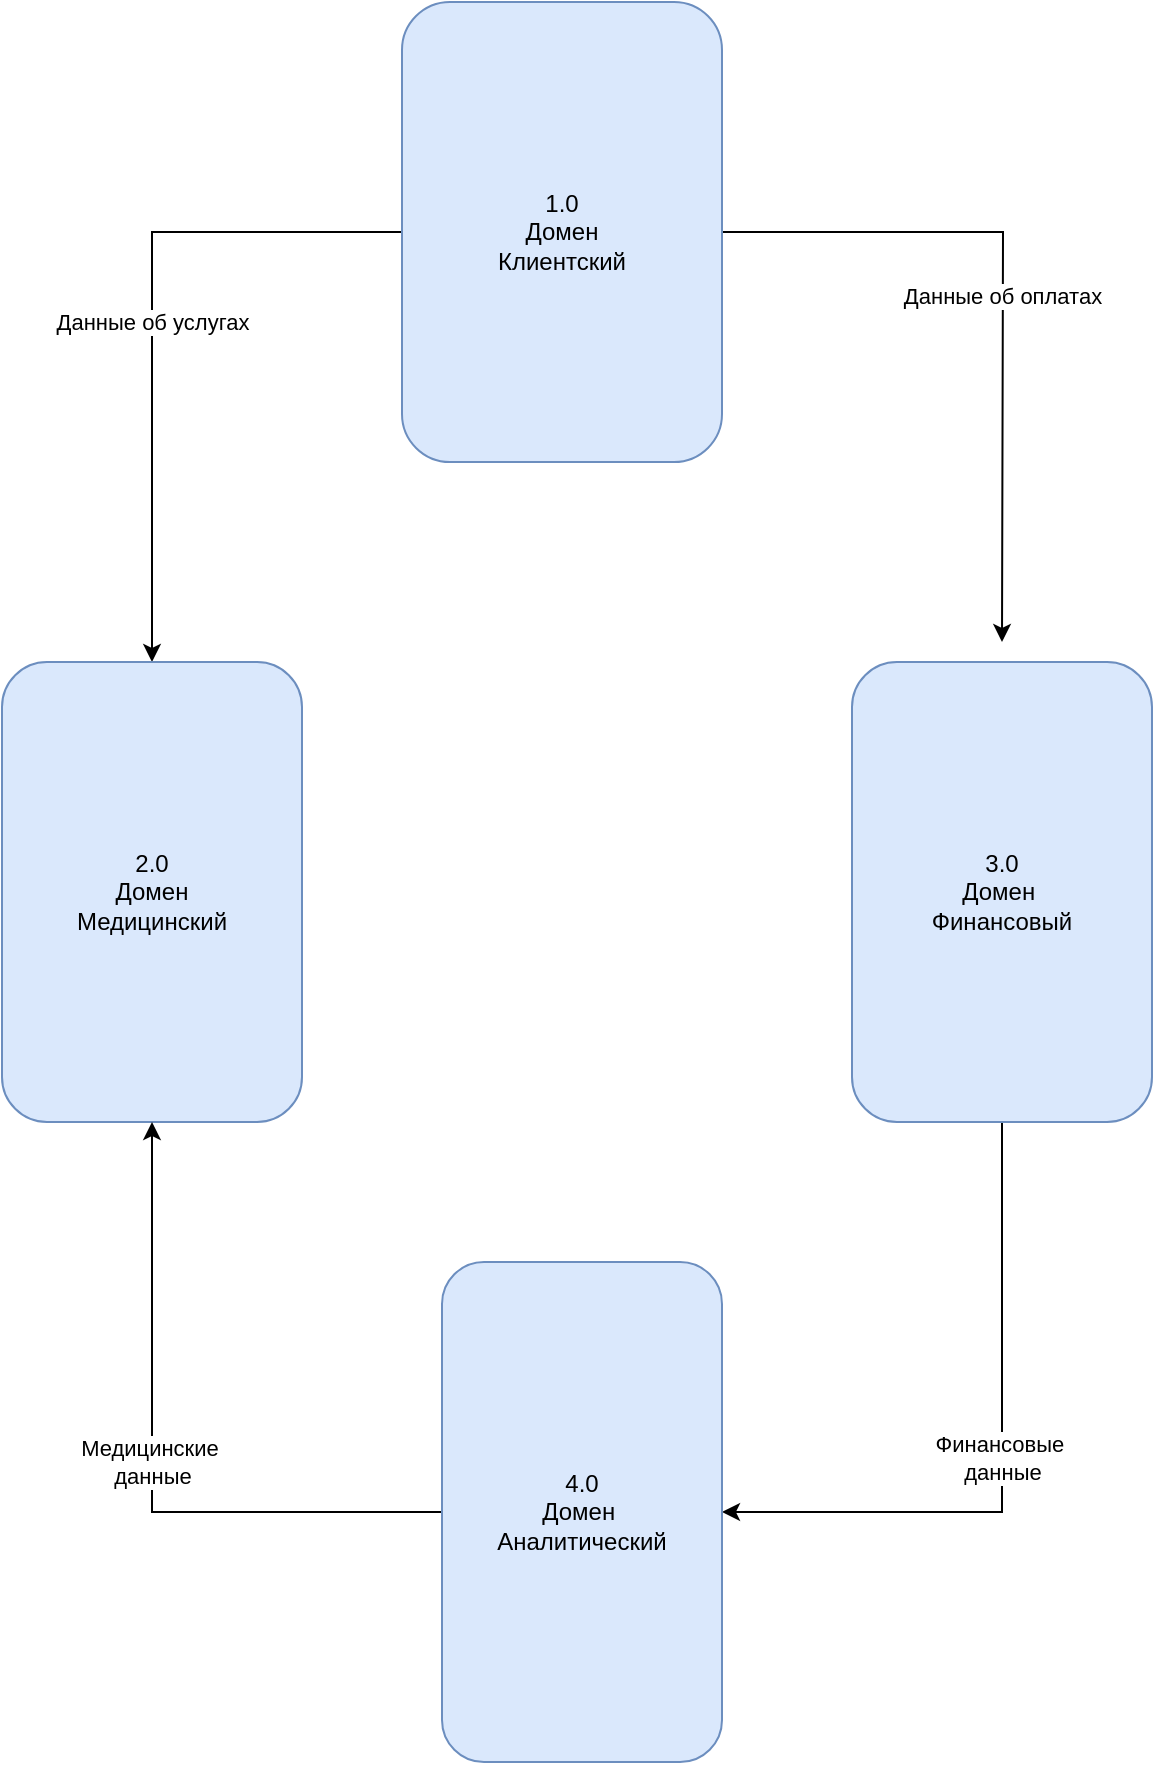
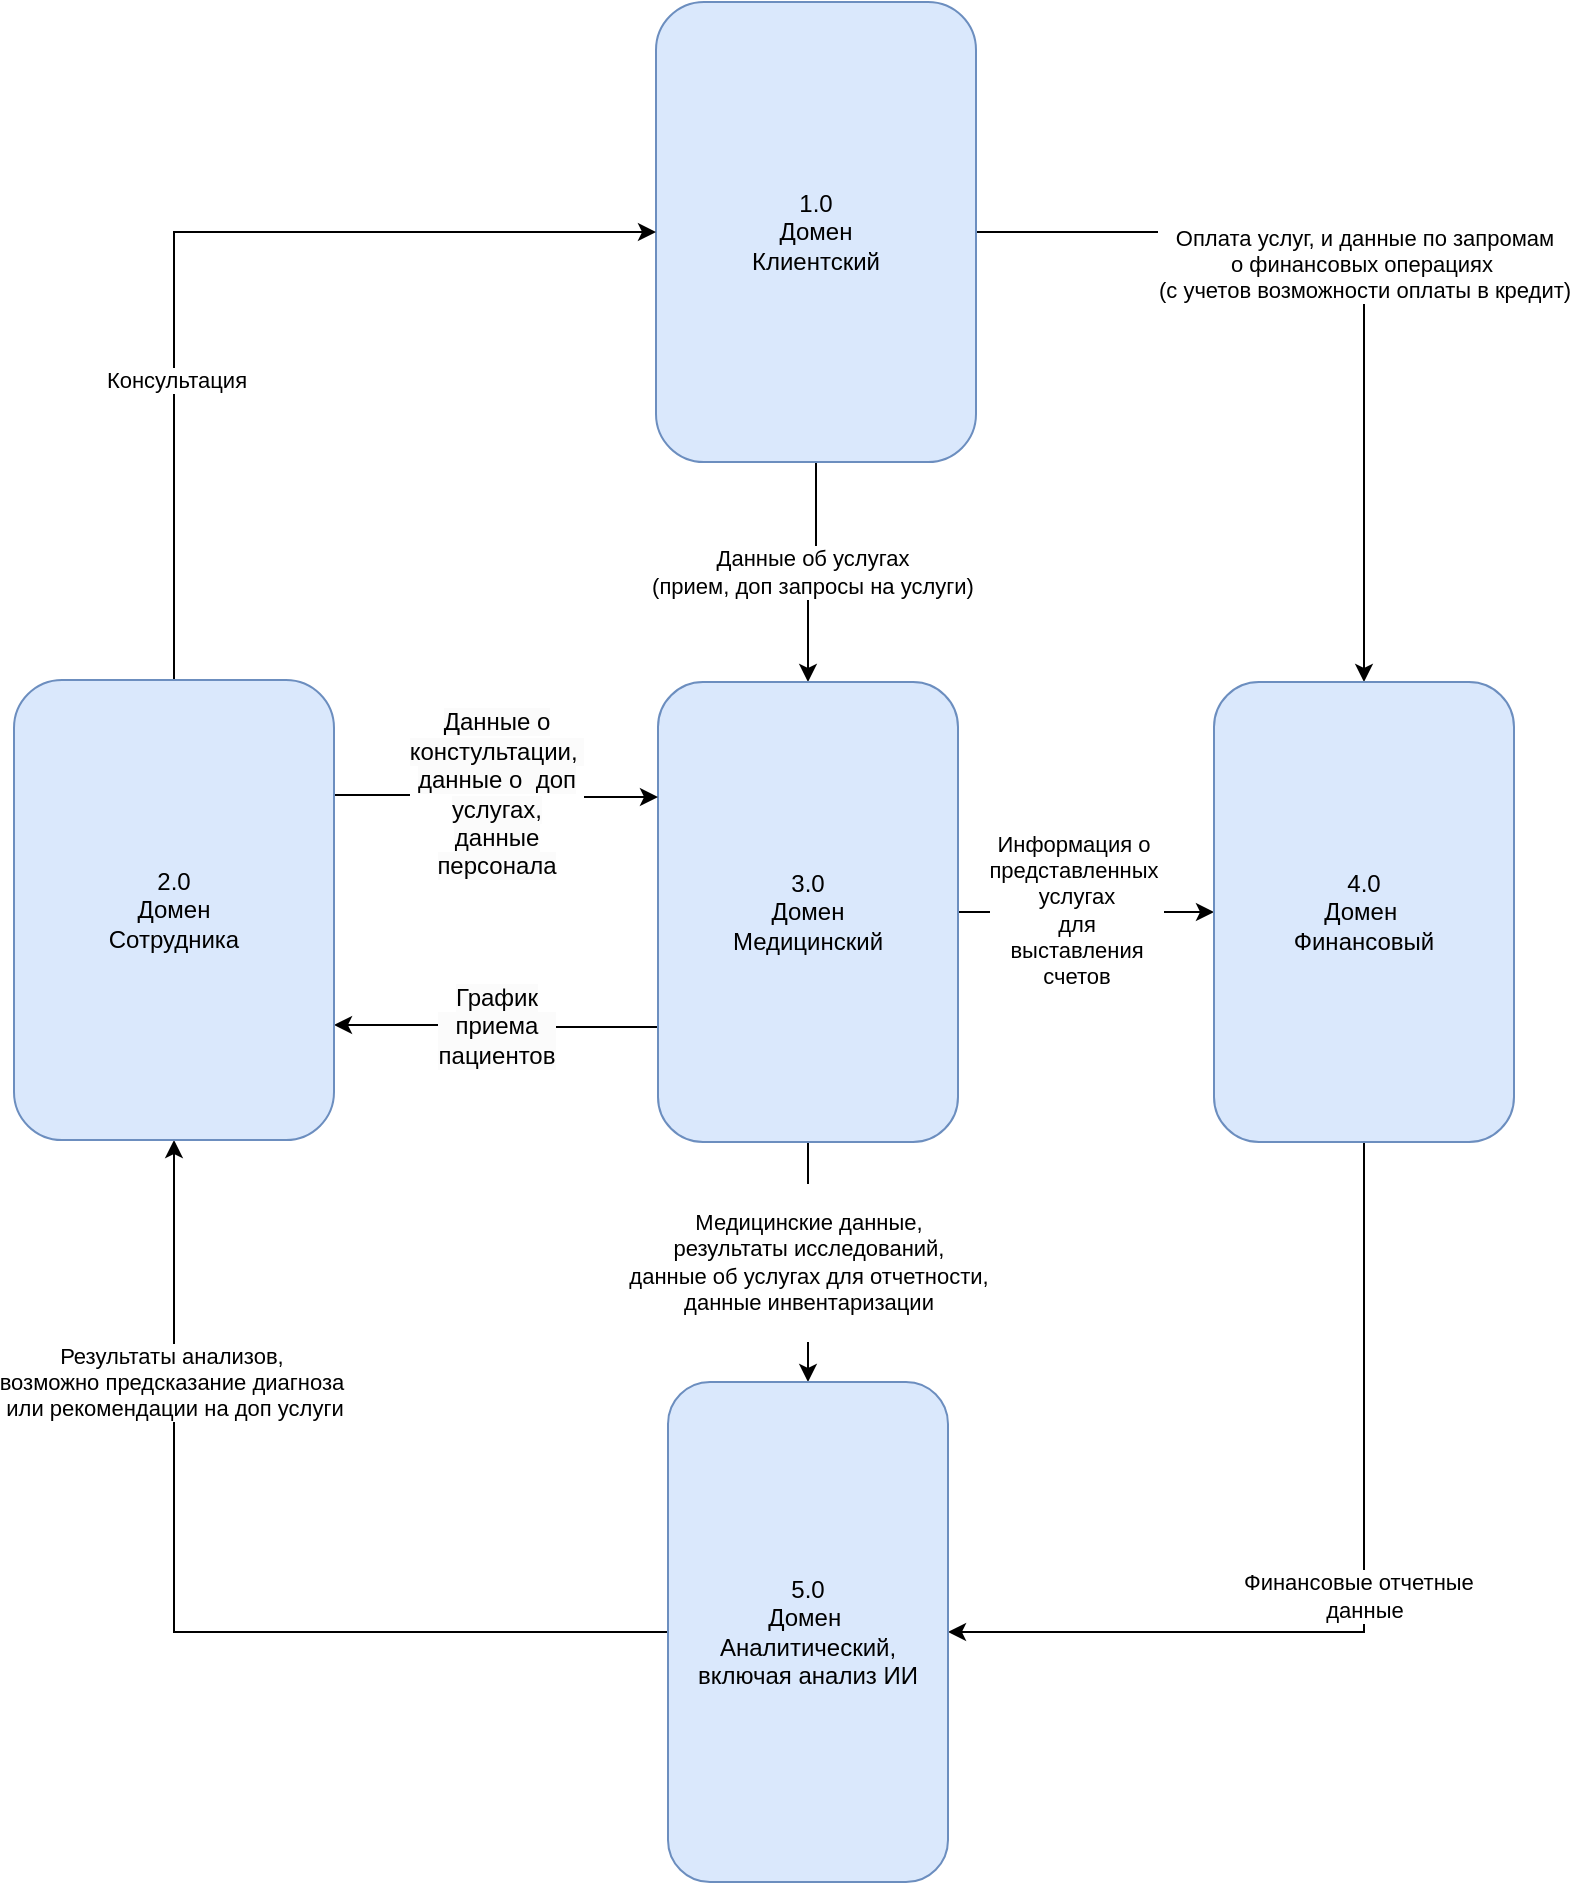
<mxfile host="Electron" agent="Mozilla/5.0 (Windows NT 10.0; Win64; x64) AppleWebKit/537.36 (KHTML, like Gecko) draw.io/26.0.4 Chrome/128.0.6613.186 Electron/32.2.5 Safari/537.36" version="26.0.4">
  <diagram name="Страница — 1" id="ukf-fBosLhvK2hgnUFjF">
-     <mxGraphModel dx="1126" dy="1879" grid="1" gridSize="10" guides="1" tooltips="1" connect="1" arrows="1" fold="1" page="1" pageScale="1" pageWidth="827" pageHeight="1169" math="0" shadow="0">
+     <mxGraphModel dx="1609" dy="2183" grid="1" gridSize="10" guides="1" tooltips="1" connect="1" arrows="1" fold="1" page="1" pageScale="1" pageWidth="827" pageHeight="1169" math="0" shadow="0">
      <root>
        <mxCell id="0" />
        <mxCell id="1" parent="0" />
-         <mxCell id="sfBYvHpIxejYuUXZEIqR-1" value="Данные об услугах" style="edgeStyle=orthogonalEdgeStyle;rounded=0;orthogonalLoop=1;jettySize=auto;html=1;" parent="1" source="TOkiLAXwRrcX-ecH6ybk-2" target="TOkiLAXwRrcX-ecH6ybk-5" edge="1">
+         <mxCell id="sfBYvHpIxejYuUXZEIqR-1" value="Данные об услугах&lt;div&gt;(прием, доп запросы на услуги)&lt;/div&gt;" style="edgeStyle=orthogonalEdgeStyle;rounded=0;orthogonalLoop=1;jettySize=auto;html=1;" parent="1" source="TOkiLAXwRrcX-ecH6ybk-2" target="TOkiLAXwRrcX-ecH6ybk-5" edge="1">
          <mxGeometry relative="1" as="geometry" />
        </mxCell>
-         <mxCell id="sfBYvHpIxejYuUXZEIqR-2" value="Данные об оплатах" style="edgeStyle=orthogonalEdgeStyle;rounded=0;orthogonalLoop=1;jettySize=auto;html=1;exitX=1;exitY=0.5;exitDx=0;exitDy=0;" parent="1" source="TOkiLAXwRrcX-ecH6ybk-2" edge="1">
+         <mxCell id="sfBYvHpIxejYuUXZEIqR-2" value="Оплата услуг, и д&lt;span style=&quot;background-color: light-dark(#ffffff, var(--ge-dark-color, #121212)); color: light-dark(rgb(0, 0, 0), rgb(255, 255, 255));&quot;&gt;анные по запромам&lt;/span&gt;&lt;div&gt;&lt;span style=&quot;background-color: light-dark(#ffffff, var(--ge-dark-color, #121212)); color: light-dark(rgb(0, 0, 0), rgb(255, 255, 255));&quot;&gt;о финансовых&amp;nbsp;&lt;/span&gt;&lt;span style=&quot;color: light-dark(rgb(0, 0, 0), rgb(255, 255, 255)); background-color: light-dark(#ffffff, var(--ge-dark-color, #121212));&quot;&gt;операциях&amp;nbsp;&lt;/span&gt;&lt;/div&gt;&lt;div&gt;&lt;span style=&quot;color: light-dark(rgb(0, 0, 0), rgb(255, 255, 255)); background-color: light-dark(#ffffff, var(--ge-dark-color, #121212));&quot;&gt;(с учетов возможности оплаты в кредит)&lt;/span&gt;&lt;/div&gt;" style="edgeStyle=orthogonalEdgeStyle;rounded=0;orthogonalLoop=1;jettySize=auto;html=1;exitX=1;exitY=0.5;exitDx=0;exitDy=0;entryX=0.5;entryY=0;entryDx=0;entryDy=0;" parent="1" source="TOkiLAXwRrcX-ecH6ybk-2" edge="1" target="TOkiLAXwRrcX-ecH6ybk-7">
          <mxGeometry relative="1" as="geometry">
            <mxPoint x="600" y="-690" as="targetPoint" />
          </mxGeometry>
        </mxCell>
        <mxCell id="TOkiLAXwRrcX-ecH6ybk-2" value="&lt;div&gt;1.0&lt;/div&gt;Домен&lt;div&gt;Клиентский&lt;/div&gt;" style="rounded=1;whiteSpace=wrap;html=1;fillColor=#dae8fc;strokeColor=#6c8ebf;" parent="1" vertex="1">
-           <mxGeometry x="300" y="-1010" width="160" height="230" as="geometry" />
+           <mxGeometry x="361" y="-1020" width="160" height="230" as="geometry" />
        </mxCell>
-         <mxCell id="TOkiLAXwRrcX-ecH6ybk-5" value="&lt;div&gt;2.0&lt;/div&gt;&lt;div&gt;Домен&lt;/div&gt;&lt;div&gt;Медицинский&lt;/div&gt;" style="rounded=1;whiteSpace=wrap;html=1;fillColor=#dae8fc;strokeColor=#6c8ebf;" parent="1" vertex="1">
-           <mxGeometry x="100" y="-680" width="150" height="230" as="geometry" />
+         <mxCell id="FC1wVt1p-ZU8ymQtyXpO-9" value="&lt;br&gt;&lt;span style=&quot;color: rgb(0, 0, 0); font-family: Helvetica; font-size: 11px; font-style: normal; font-variant-ligatures: normal; font-variant-caps: normal; font-weight: 400; letter-spacing: normal; orphans: 2; text-align: center; text-indent: 0px; text-transform: none; widows: 2; word-spacing: 0px; -webkit-text-stroke-width: 0px; white-space: nowrap; background-color: rgb(255, 255, 255); text-decoration-thickness: initial; text-decoration-style: initial; text-decoration-color: initial; float: none; display: inline !important;&quot;&gt;Медицинские данные,&lt;/span&gt;&lt;div style=&quot;forced-color-adjust: none; color: rgb(0, 0, 0); font-family: Helvetica; font-size: 11px; font-style: normal; font-variant-ligatures: normal; font-variant-caps: normal; font-weight: 400; letter-spacing: normal; orphans: 2; text-align: center; text-indent: 0px; text-transform: none; widows: 2; word-spacing: 0px; -webkit-text-stroke-width: 0px; white-space: nowrap; text-decoration-thickness: initial; text-decoration-style: initial; text-decoration-color: initial;&quot;&gt;результаты исследований,&lt;/div&gt;&lt;div style=&quot;forced-color-adjust: none; color: rgb(0, 0, 0); font-family: Helvetica; font-size: 11px; font-style: normal; font-variant-ligatures: normal; font-variant-caps: normal; font-weight: 400; letter-spacing: normal; orphans: 2; text-align: center; text-indent: 0px; text-transform: none; widows: 2; word-spacing: 0px; -webkit-text-stroke-width: 0px; white-space: nowrap; text-decoration-thickness: initial; text-decoration-style: initial; text-decoration-color: initial;&quot;&gt;данные об услугах для отчетности,&lt;/div&gt;&lt;div style=&quot;forced-color-adjust: none; color: rgb(0, 0, 0); font-family: Helvetica; font-size: 11px; font-style: normal; font-variant-ligatures: normal; font-variant-caps: normal; font-weight: 400; letter-spacing: normal; orphans: 2; text-align: center; text-indent: 0px; text-transform: none; widows: 2; word-spacing: 0px; -webkit-text-stroke-width: 0px; white-space: nowrap; text-decoration-thickness: initial; text-decoration-style: initial; text-decoration-color: initial;&quot;&gt;данные инвентаризации&lt;/div&gt;&lt;div&gt;&lt;br&gt;&lt;/div&gt;" style="edgeStyle=orthogonalEdgeStyle;rounded=0;orthogonalLoop=1;jettySize=auto;html=1;entryX=0.5;entryY=0;entryDx=0;entryDy=0;" edge="1" parent="1" source="TOkiLAXwRrcX-ecH6ybk-5" target="TOkiLAXwRrcX-ecH6ybk-9">
+           <mxGeometry relative="1" as="geometry">
+             <mxPoint as="offset" />
+           </mxGeometry>
        </mxCell>
-         <mxCell id="TOkiLAXwRrcX-ecH6ybk-10" value="Финансовые&amp;nbsp;&lt;div&gt;данные&lt;/div&gt;" style="edgeStyle=orthogonalEdgeStyle;rounded=0;orthogonalLoop=1;jettySize=auto;html=1;exitX=0.5;exitY=1;exitDx=0;exitDy=0;entryX=1;entryY=0.5;entryDx=0;entryDy=0;" parent="1" source="TOkiLAXwRrcX-ecH6ybk-7" target="TOkiLAXwRrcX-ecH6ybk-9" edge="1">
+         <mxCell id="FC1wVt1p-ZU8ymQtyXpO-10" value="&lt;span style=&quot;font-size: 12px; text-wrap: wrap; background-color: rgb(251, 251, 251);&quot;&gt;График&lt;/span&gt;&lt;div style=&quot;font-size: 12px; text-wrap: wrap; background-color: rgb(251, 251, 251);&quot;&gt;приема пациентов&lt;/div&gt;" style="edgeStyle=orthogonalEdgeStyle;rounded=0;orthogonalLoop=1;jettySize=auto;html=1;exitX=0;exitY=0.75;exitDx=0;exitDy=0;entryX=1;entryY=0.75;entryDx=0;entryDy=0;" edge="1" parent="1" source="TOkiLAXwRrcX-ecH6ybk-5" target="FC1wVt1p-ZU8ymQtyXpO-1">
          <mxGeometry relative="1" as="geometry" />
        </mxCell>
-         <mxCell id="TOkiLAXwRrcX-ecH6ybk-7" value="&lt;div&gt;3.0&lt;/div&gt;Домен&amp;nbsp;&lt;div&gt;Финансовый&lt;/div&gt;" style="rounded=1;whiteSpace=wrap;html=1;fillColor=#dae8fc;strokeColor=#6c8ebf;" parent="1" vertex="1">
-           <mxGeometry x="525" y="-680" width="150" height="230" as="geometry" />
-         </mxCell>
-         <mxCell id="TOkiLAXwRrcX-ecH6ybk-11" value="Медицинские&amp;nbsp;&lt;div&gt;данные&lt;/div&gt;" style="edgeStyle=orthogonalEdgeStyle;rounded=0;orthogonalLoop=1;jettySize=auto;html=1;entryX=0.5;entryY=1;entryDx=0;entryDy=0;" parent="1" source="TOkiLAXwRrcX-ecH6ybk-9" target="TOkiLAXwRrcX-ecH6ybk-5" edge="1">
+         <mxCell id="FC1wVt1p-ZU8ymQtyXpO-11" style="edgeStyle=orthogonalEdgeStyle;rounded=0;orthogonalLoop=1;jettySize=auto;html=1;" edge="1" parent="1" source="TOkiLAXwRrcX-ecH6ybk-5" target="TOkiLAXwRrcX-ecH6ybk-7">
          <mxGeometry relative="1" as="geometry" />
        </mxCell>
-         <mxCell id="TOkiLAXwRrcX-ecH6ybk-9" value="&lt;div&gt;4.0&lt;/div&gt;Домен&amp;nbsp;&lt;div&gt;Аналитический&lt;/div&gt;" style="rounded=1;whiteSpace=wrap;html=1;fillColor=#dae8fc;strokeColor=#6c8ebf;" parent="1" vertex="1">
-           <mxGeometry x="320" y="-380" width="140" height="250" as="geometry" />
+         <mxCell id="FC1wVt1p-ZU8ymQtyXpO-12" value="Информация о&amp;nbsp;&lt;div&gt;представленных&amp;nbsp;&lt;/div&gt;&lt;div&gt;услугах&lt;/div&gt;&lt;div&gt;для&lt;/div&gt;&lt;div&gt;выставления&lt;/div&gt;&lt;div&gt;счетов&lt;/div&gt;" style="edgeLabel;html=1;align=center;verticalAlign=middle;resizable=0;points=[];" vertex="1" connectable="0" parent="FC1wVt1p-ZU8ymQtyXpO-11">
+           <mxGeometry x="-0.0856" y="1" relative="1" as="geometry">
+             <mxPoint as="offset" />
+           </mxGeometry>
+         </mxCell>
+         <mxCell id="TOkiLAXwRrcX-ecH6ybk-5" value="&lt;div&gt;3.0&lt;/div&gt;&lt;div&gt;Домен&lt;/div&gt;&lt;div&gt;Медицинский&lt;/div&gt;" style="rounded=1;whiteSpace=wrap;html=1;fillColor=#dae8fc;strokeColor=#6c8ebf;" parent="1" vertex="1">
+           <mxGeometry x="362" y="-680" width="150" height="230" as="geometry" />
+         </mxCell>
+         <mxCell id="TOkiLAXwRrcX-ecH6ybk-10" value="Финансовые отчетные&amp;nbsp;&amp;nbsp;&lt;div&gt;данные&lt;/div&gt;" style="edgeStyle=orthogonalEdgeStyle;rounded=0;orthogonalLoop=1;jettySize=auto;html=1;exitX=0.5;exitY=1;exitDx=0;exitDy=0;entryX=1;entryY=0.5;entryDx=0;entryDy=0;" parent="1" source="TOkiLAXwRrcX-ecH6ybk-7" target="TOkiLAXwRrcX-ecH6ybk-9" edge="1">
+           <mxGeometry relative="1" as="geometry" />
+         </mxCell>
+         <mxCell id="TOkiLAXwRrcX-ecH6ybk-7" value="&lt;div&gt;4.0&lt;/div&gt;Домен&amp;nbsp;&lt;div&gt;Финансовый&lt;/div&gt;" style="rounded=1;whiteSpace=wrap;html=1;fillColor=#dae8fc;strokeColor=#6c8ebf;" parent="1" vertex="1">
+           <mxGeometry x="640" y="-680" width="150" height="230" as="geometry" />
+         </mxCell>
+         <mxCell id="FC1wVt1p-ZU8ymQtyXpO-14" style="edgeStyle=orthogonalEdgeStyle;rounded=0;orthogonalLoop=1;jettySize=auto;html=1;entryX=0.5;entryY=1;entryDx=0;entryDy=0;" edge="1" parent="1" source="TOkiLAXwRrcX-ecH6ybk-9" target="FC1wVt1p-ZU8ymQtyXpO-1">
+           <mxGeometry relative="1" as="geometry" />
+         </mxCell>
+         <mxCell id="FC1wVt1p-ZU8ymQtyXpO-15" value="Результаты анализов,&amp;nbsp;&lt;div&gt;возможно предсказание диагноза&amp;nbsp;&lt;/div&gt;&lt;div&gt;или рекомендации на доп услуги&lt;/div&gt;" style="edgeLabel;html=1;align=center;verticalAlign=middle;resizable=0;points=[];" vertex="1" connectable="0" parent="FC1wVt1p-ZU8ymQtyXpO-14">
+           <mxGeometry x="0.5098" relative="1" as="geometry">
+             <mxPoint as="offset" />
+           </mxGeometry>
+         </mxCell>
+         <mxCell id="TOkiLAXwRrcX-ecH6ybk-9" value="&lt;div&gt;5.0&lt;/div&gt;Домен&amp;nbsp;&lt;div&gt;Аналитический, включая анализ ИИ&lt;/div&gt;" style="rounded=1;whiteSpace=wrap;html=1;fillColor=#dae8fc;strokeColor=#6c8ebf;" parent="1" vertex="1">
+           <mxGeometry x="367" y="-330" width="140" height="250" as="geometry" />
+         </mxCell>
+         <mxCell id="FC1wVt1p-ZU8ymQtyXpO-3" style="edgeStyle=orthogonalEdgeStyle;rounded=0;orthogonalLoop=1;jettySize=auto;html=1;exitX=0.5;exitY=0;exitDx=0;exitDy=0;entryX=0;entryY=0.5;entryDx=0;entryDy=0;" edge="1" parent="1" source="FC1wVt1p-ZU8ymQtyXpO-1" target="TOkiLAXwRrcX-ecH6ybk-2">
+           <mxGeometry relative="1" as="geometry" />
+         </mxCell>
+         <mxCell id="FC1wVt1p-ZU8ymQtyXpO-7" value="Консультация" style="edgeLabel;html=1;align=center;verticalAlign=middle;resizable=0;points=[];" vertex="1" connectable="0" parent="FC1wVt1p-ZU8ymQtyXpO-3">
+           <mxGeometry x="-0.3585" y="-1" relative="1" as="geometry">
+             <mxPoint y="-1" as="offset" />
+           </mxGeometry>
+         </mxCell>
+         <mxCell id="FC1wVt1p-ZU8ymQtyXpO-5" style="edgeStyle=orthogonalEdgeStyle;rounded=0;orthogonalLoop=1;jettySize=auto;html=1;exitX=1;exitY=0.25;exitDx=0;exitDy=0;entryX=0;entryY=0.25;entryDx=0;entryDy=0;" edge="1" parent="1" source="FC1wVt1p-ZU8ymQtyXpO-1" target="TOkiLAXwRrcX-ecH6ybk-5">
+           <mxGeometry relative="1" as="geometry" />
+         </mxCell>
+         <mxCell id="FC1wVt1p-ZU8ymQtyXpO-6" value="&lt;span style=&quot;text-wrap: wrap; font-size: 12px; background-color: rgb(251, 251, 251);&quot;&gt;Данные о констультации,&amp;nbsp;&lt;/span&gt;&lt;div&gt;&lt;span style=&quot;font-size: 12px; text-wrap: wrap; background-color: rgb(251, 251, 251);&quot;&gt;данные о&amp;nbsp; доп услугах,&lt;/span&gt;&lt;/div&gt;&lt;div&gt;&lt;span style=&quot;font-size: 12px; text-wrap: wrap; background-color: rgb(251, 251, 251);&quot;&gt;данные персонала&lt;/span&gt;&lt;/div&gt;" style="edgeLabel;html=1;align=center;verticalAlign=middle;resizable=0;points=[];" vertex="1" connectable="0" parent="FC1wVt1p-ZU8ymQtyXpO-5">
+           <mxGeometry x="-0.0071" y="1" relative="1" as="geometry">
+             <mxPoint x="-1" y="-1" as="offset" />
+           </mxGeometry>
+         </mxCell>
+         <mxCell id="FC1wVt1p-ZU8ymQtyXpO-1" value="&lt;div&gt;2.0&lt;/div&gt;Домен&lt;div&gt;Сотрудника&lt;/div&gt;" style="rounded=1;whiteSpace=wrap;html=1;fillColor=#dae8fc;strokeColor=#6c8ebf;" vertex="1" parent="1">
+           <mxGeometry x="40" y="-681" width="160" height="230" as="geometry" />
        </mxCell>
      </root>
    </mxGraphModel>
  </diagram>
</mxfile>
